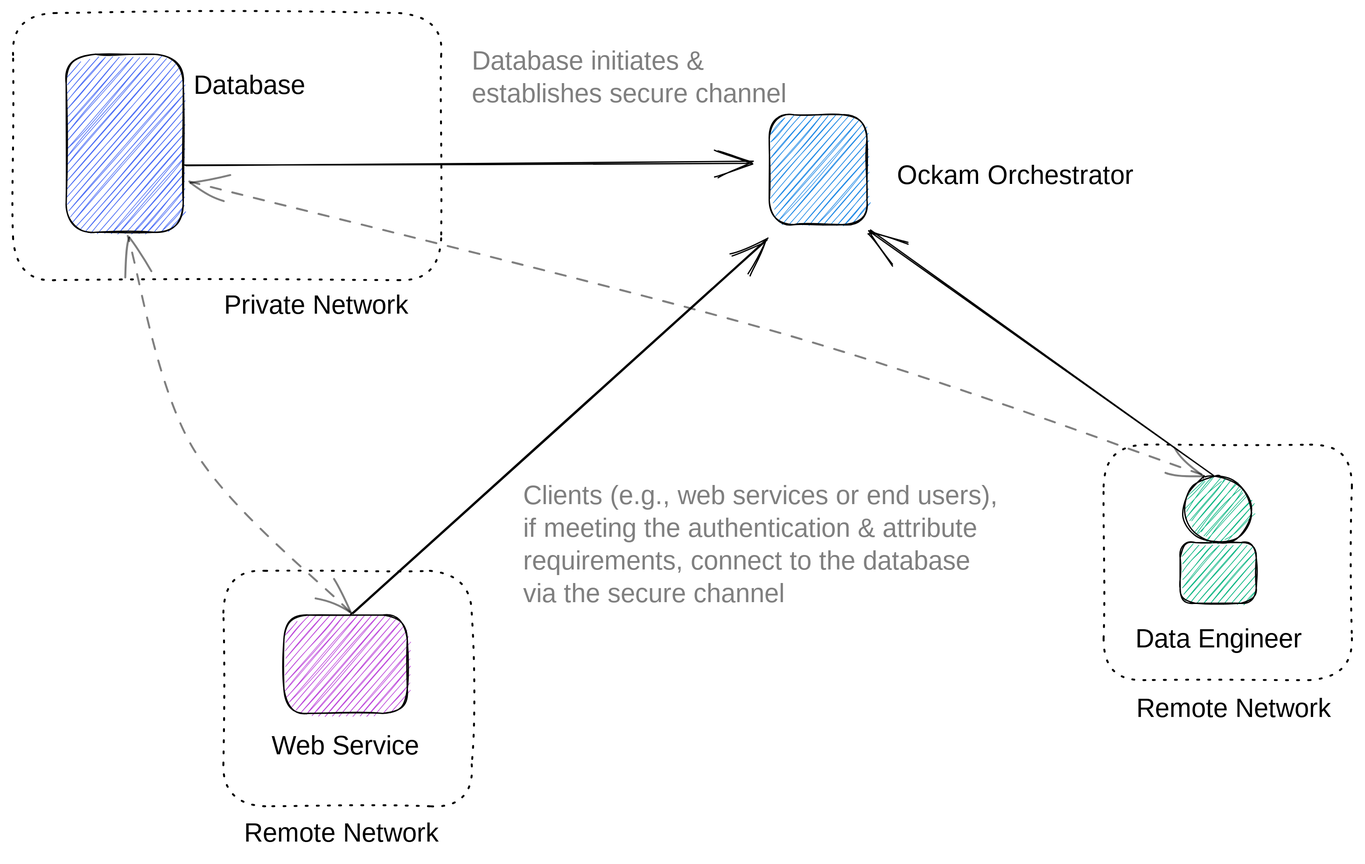
The Excalidraw diagram .gitbook/assets/file.excalidraw (2).svg in build-trust/ockam-documentation, before a commit. Source tidied: one line per element, renumbered; positions are measured from the earlier drawing's top-left corner, leaving out a move shared by most shapes.
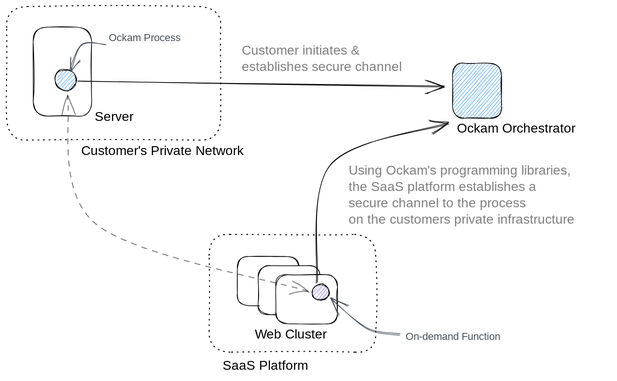
The same file after the commit.

Commit message:
GITBOOK-1238: SaaS use case

What changed in the source:
```diff
@@ -1,22 +1,23 @@
-{"id": 0, "type": "rectangle", "strokeColor": "#000000", "backgroundColor": "#4c6ef5", "fillStyle": "hachure", "strokeWidth": 1, "roughness": 1, "round": true, "x": 41, "y": 32, "width": 90, "height": 136}
+{"id": 0, "type": "rectangle", "strokeColor": "#000000", "strokeWidth": 1, "roughness": 1, "round": true, "x": 41, "y": 32, "width": 90, "height": 136}
-{"id": 1, "type": "text", "text": "Database", "strokeColor": "#000000", "backgroundColor": "#4c6ef5", "fillStyle": "hachure", "strokeWidth": 1, "roughness": 1, "fontSize": 20, "fontFamily": 1, "x": 138, "y": 44, "width": 101, "height": 25}
+{"id": 1, "type": "text", "text": "Server", "strokeColor": "#000000", "backgroundColor": "#4c6ef5", "fillStyle": "hachure", "strokeWidth": 1, "roughness": 1, "fontSize": 20, "fontFamily": 1, "x": 135, "y": 157, "width": 64, "height": 25}
 {"id": 2, "type": "rectangle", "strokeColor": "#000000", "strokeWidth": 1, "strokeStyle": "dotted", "roughness": 1, "round": true, "x": 0, "y": 0, "width": 328, "height": 204}
-{"id": 3, "type": "text", "text": "Private Network", "strokeColor": "#000000", "strokeWidth": 1, "strokeStyle": "dashed", "roughness": 1, "fontSize": 20, "fontFamily": 1, "x": 161, "y": 212, "width": 161, "height": 25}
+{"id": 3, "type": "text", "text": "Customer's Private Network", "strokeColor": "#000000", "strokeWidth": 1, "strokeStyle": "dashed", "roughness": 1, "fontSize": 20, "fontFamily": 1, "x": 114, "y": 209, "width": 277, "height": 25}
-{"id": 4, "type": "rectangle", "strokeColor": "#000000", "backgroundColor": "#228be6", "fillStyle": "hachure", "strokeWidth": 1, "roughness": 1, "round": true, "x": 579, "y": 78, "width": 75, "height": 84}
+{"id": 4, "type": "rectangle", "strokeColor": "#000000", "backgroundColor": "#228be6", "fillStyle": "hachure", "strokeWidth": 1, "roughness": 1, "round": true, "x": 683, "y": 87, "width": 75, "height": 84}
-{"id": 5, "type": "text", "text": "Ockam Orchestrator", "strokeColor": "#000000", "strokeWidth": 1, "roughness": 1, "fontSize": 20, "fontFamily": 1, "x": 676, "y": 113, "width": 201, "height": 25}
+{"id": 5, "type": "text", "text": "Ockam Orchestrator", "strokeColor": "#000000", "strokeWidth": 1, "roughness": 1, "fontSize": 20, "fontFamily": 1, "x": 689, "y": 175, "width": 201, "height": 25}
-{"id": 6, "type": "arrow", "strokeColor": "#000000", "backgroundColor": "#228be6", "fillStyle": "hachure", "strokeWidth": 1, "roughness": 1, "endArrowhead": "arrow", "round": true, "from": 0, "to": 4, "x": 132, "y": 116, "width": 434, "height": 2, "points": [[0, 0], [434, -2]]}
+{"id": 6, "type": "arrow", "strokeColor": "#000000", "backgroundColor": "#228be6", "fillStyle": "hachure", "strokeWidth": 1, "roughness": 1, "endArrowhead": "arrow", "round": true, "from": 22, "to": 4, "x": 110, "y": 113, "width": 560, "height": 8, "points": [[0, 0], [560, 8]]}
-{"id": 7, "type": "text", "text": "Database initiates & \nestablishes secure channel", "strokeColor": "#000000", "backgroundColor": "#228be6", "fillStyle": "hachure", "strokeWidth": 1, "roughness": 1, "opacity": 50, "fontSize": 20, "fontFamily": 1, "x": 351, "y": 25, "width": 262, "height": 50}
+{"id": 7, "type": "text", "text": "Customer initiates & \nestablishes secure channel", "strokeColor": "#000000", "backgroundColor": "#228be6", "fillStyle": "hachure", "strokeWidth": 1, "roughness": 1, "opacity": 50, "fontSize": 20, "fontFamily": 1, "x": 360, "y": 55, "width": 262, "height": 50}
-{"id": 8, "type": "rectangle", "strokeColor": "#000000", "strokeWidth": 1, "strokeStyle": "dotted", "roughness": 1, "round": true, "x": 161, "y": 427, "width": 190, "height": 180}
+{"id": 8, "type": "rectangle", "strokeColor": "#000000", "strokeWidth": 1, "strokeStyle": "dotted", "roughness": 1, "round": true, "x": 310, "y": 349, "width": 255, "height": 180}
-{"id": 9, "type": "text", "text": "Remote Network", "strokeColor": "#000000", "strokeWidth": 1, "roughness": 1, "fontSize": 20, "fontFamily": 1, "x": 177, "y": 616, "width": 159, "height": 25}
+{"id": 9, "type": "text", "text": "SaaS Platform", "strokeColor": "#000000", "strokeWidth": 1, "roughness": 1, "fontSize": 20, "fontFamily": 1, "x": 331, "y": 538, "width": 148, "height": 25}
-{"id": 10, "type": "rectangle", "strokeColor": "#000000", "strokeWidth": 1, "strokeStyle": "dotted", "roughness": 1, "round": true, "x": 835, "y": 330, "width": 190, "height": 180}
-{"id": 11, "type": "text", "text": "Remote Network", "strokeColor": "#000000", "strokeWidth": 1, "roughness": 1, "fontSize": 20, "fontFamily": 1, "x": 860, "y": 521, "width": 159, "height": 25}
-{"id": 12, "type": "rectangle", "strokeColor": "#000000", "backgroundColor": "#be4bdb", "fillStyle": "hachure", "strokeWidth": 1, "roughness": 1, "round": true, "x": 207, "y": 461, "width": 94, "height": 75}
+{"id": 12, "type": "rectangle", "strokeColor": "#000000", "backgroundColor": "#ffffff", "fillStyle": "solid", "strokeWidth": 1, "roughness": 1, "round": true, "x": 353, "y": 383, "width": 94, "height": 75}
-{"id": 13, "type": "text", "text": "Web Service", "strokeColor": "#000000", "backgroundColor": "#12b886", "fillStyle": "hachure", "strokeWidth": 1, "roughness": 1, "fontSize": 20, "fontFamily": 1, "x": 198, "y": 549, "width": 116, "height": 25}
+{"id": 13, "type": "text", "text": "Web Cluster", "strokeColor": "#000000", "backgroundColor": "#12b886", "fillStyle": "hachure", "strokeWidth": 1, "roughness": 1, "fontSize": 20, "fontFamily": 1, "x": 380, "y": 490, "width": 119, "height": 25}
-{"id": 14, "type": "rectangle", "strokeColor": "#000000", "backgroundColor": "#12b886", "fillStyle": "hachure", "strokeWidth": 1, "roughness": 1, "round": true, "x": 893, "y": 405, "width": 58, "height": 46}
-{"id": 15, "type": "ellipse", "strokeColor": "#000000", "backgroundColor": "#12b886", "fillStyle": "hachure", "strokeWidth": 1, "roughness": 1, "round": true, "x": 896, "y": 355, "width": 51, "height": 51}
-{"id": 16, "type": "text", "text": "Data Engineer", "strokeColor": "#000000", "backgroundColor": "#12b886", "fillStyle": "hachure", "strokeWidth": 1, "roughness": 1, "fontSize": 20, "fontFamily": 1, "x": 859, "y": 468, "width": 143, "height": 25}
+{"id": 19, "type": "text", "text": "Using Ockam's programming libraries,\nthe SaaS platform establishes a\nsecure channel to the process \non the customers private infrastructure", "strokeColor": "#000000", "backgroundColor": "#12b886", "fillStyle": "hachure", "strokeWidth": 1, "roughness": 1, "opacity": 50, "fontSize": 20, "fontFamily": 1, "x": 523, "y": 240, "width": 401, "height": 100}
+{"id": 22, "type": "ellipse", "strokeColor": "#000000", "backgroundColor": "#228be6", "fillStyle": "hachure", "strokeWidth": 1, "roughness": 1, "round": true, "x": 73, "y": 96, "width": 33, "height": 33}
+{"id": 23, "type": "text", "text": "Ockam Process", "strokeColor": "#495057", "backgroundColor": "#228be6", "fillStyle": "hachure", "strokeWidth": 1, "roughness": 2, "fontSize": 16, "fontFamily": 1, "x": 156, "y": 39, "width": 119, "height": 20}
+{"id": 24, "type": "arrow", "strokeColor": "#495057", "backgroundColor": "#228be6", "fillStyle": "hachure", "strokeWidth": 1, "roughness": 1, "endArrowhead": "arrow", "round": true, "from": 23, "x": 151, "y": 58, "width": 55, "height": 40, "points": [[0, 0], [-37, 0], [-55, 40]]}
+{"id": 25, "type": "rectangle", "strokeColor": "#000000", "backgroundColor": "#fff", "fillStyle": "solid", "strokeWidth": 1, "roughness": 1, "round": true, "x": 385, "y": 396, "width": 94, "height": 75}
+{"id": 26, "type": "rectangle", "strokeColor": "#000000", "backgroundColor": "#fff", "fillStyle": "solid", "strokeWidth": 1, "roughness": 1, "round": true, "x": 412, "y": 410, "width": 94, "height": 75}
+{"id": 27, "type": "ellipse", "strokeColor": "#000000", "backgroundColor": "#7950f2", "fillStyle": "hachure", "strokeWidth": 1, "roughness": 1, "round": true, "x": 468, "y": 425, "width": 25, "height": 25}
-{"id": 17, "type": "arrow", "strokeColor": "#000000", "backgroundColor": "#12b886", "fillStyle": "hachure", "strokeWidth": 1, "roughness": 1, "endArrowhead": "arrow", "round": true, "from": 12, "to": 4, "x": 259, "y": 460, "width": 318, "height": 287, "points": [[0, 0], [318, -287]]}
+{"id": 17, "type": "arrow", "strokeColor": "#000000", "backgroundColor": "#12b886", "fillStyle": "hachure", "strokeWidth": 1, "roughness": 1, "endArrowhead": "arrow", "round": true, "from": 27, "to": 5, "x": 475, "y": 423, "width": 201, "height": 244, "points": [[0, 0], [21, -181], [201, -244]]}
-{"id": 18, "type": "arrow", "strokeColor": "#000000", "backgroundColor": "#12b886", "fillStyle": "hachure", "strokeWidth": 1, "roughness": 1, "endArrowhead": "arrow", "round": true, "from": 15, "to": 4, "x": 918, "y": 354, "width": 263, "height": 187, "points": [[0, 0], [-263, -187]]}
-{"id": 19, "type": "text", "text": "Clients (e.g., web services or end users),\nif meeting the authentication & attribute\nrequirements, connect to the database\nvia the secure channel", "strokeColor": "#000000", "backgroundColor": "#12b886", "fillStyle": "hachure", "strokeWidth": 1, "roughness": 1, "opacity": 50, "fontSize": 20, "fontFamily": 1, "x": 390, "y": 358, "width": 415, "height": 100}
-{"id": 20, "type": "arrow", "strokeColor": "#000000", "backgroundColor": "#12b886", "fillStyle": "hachure", "strokeWidth": 1, "strokeStyle": "dashed", "roughness": 1, "opacity": 50, "startArrowhead": "arrow", "endArrowhead": "arrow", "round": true, "from": 0, "to": 15, "x": 136, "y": 128, "width": 775, "height": 226, "points": [[0, 0], [459, 119], [775, 226]]}
+{"id": 28, "type": "arrow", "strokeColor": "#495057", "backgroundColor": "#228be6", "fillStyle": "hachure", "strokeWidth": 1, "roughness": 1, "endArrowhead": "arrow", "round": true, "from": 29, "to": 27, "x": 602, "y": 502, "width": 104, "height": 54, "points": [[0, 0], [-50, -9], [-104, -54]]}
+{"id": 29, "type": "text", "text": "On-demand Function", "strokeColor": "#495057", "backgroundColor": "#228be6", "fillStyle": "hachure", "strokeWidth": 1, "roughness": 2, "fontSize": 16, "fontFamily": 1, "x": 611, "y": 496, "width": 154, "height": 20}
-{"id": 21, "type": "arrow", "strokeColor": "#000000", "backgroundColor": "#12b886", "fillStyle": "hachure", "strokeWidth": 1, "strokeStyle": "dashed", "roughness": 1, "opacity": 50, "startArrowhead": "arrow", "endArrowhead": "arrow", "round": true, "from": 12, "to": 0, "x": 258, "y": 457, "width": 170, "height": 287, "points": [[0, 0], [-122, -125], [-170, -287]]}
+{"id": 21, "type": "arrow", "strokeColor": "#000000", "backgroundColor": "#12b886", "fillStyle": "hachure", "strokeWidth": 1, "strokeStyle": "dashed", "roughness": 1, "opacity": 50, "startArrowhead": "arrow", "endArrowhead": "arrow", "round": true, "from": 27, "to": 22, "x": 462, "y": 435, "width": 368, "height": 299, "points": [[0, 0], [-326, -102], [-368, -299]]}
```
